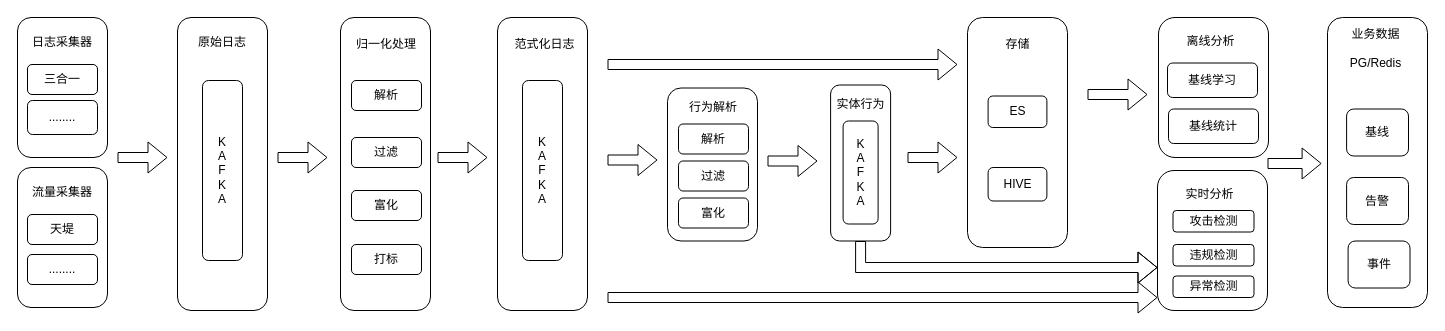
This is 数据流.drawio from Rocks526/picture-repository, a draw.io file, before an edit. Source tidied: cells renumbered, new cells numbered last; positions are measured from the earlier drawing's top-left corner, leaving out a move shared by most shapes. Both pictures are drawn from the tidied source at 100%, with x=0, y=0 at pixel (17, 17).
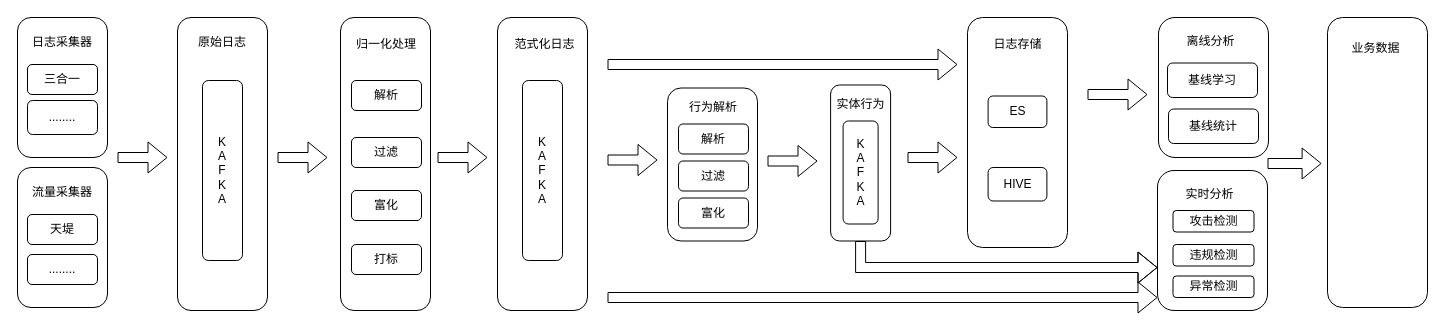
The same diagram, later.

Commit message:
更新数据流.drawio

What changed in the source:
```diff
@@
-    <mxCell id="28" value="存储" style="text;html=1;strokeColor=none;fillColor=none;align=center;verticalAlign=middle;whiteSpace=wrap;rounded=0;" parent="1" vertex="1">
+    <mxCell id="28" value="日志存储" style="text;html=1;strokeColor=none;fillColor=none;align=center;verticalAlign=middle;whiteSpace=wrap;rounded=0;" parent="1" vertex="1">
       <mxGeometry x="967.5" y="10" width="65" height="33" as="geometry" />
     </mxCell>
@@
-    <mxCell id="47" value="业务数据&lt;br&gt;&lt;br&gt;PG/Redis" style="text;html=1;strokeColor=none;fillColor=none;align=center;verticalAlign=middle;whiteSpace=wrap;rounded=0;" parent="1" vertex="1">
+    <mxCell id="47" value="业务数据" style="text;html=1;strokeColor=none;fillColor=none;align=center;verticalAlign=middle;whiteSpace=wrap;rounded=0;" parent="1" vertex="1">
       <mxGeometry x="1325.9" y="14" width="65" height="33" as="geometry" />
     </mxCell>
-    <mxCell id="48" value="基线" style="rounded=1;whiteSpace=wrap;html=1;" parent="1" vertex="1">
-      <mxGeometry x="1329.1" y="91.5" width="61.9" height="47" as="geometry" />
-    </mxCell>
-    <mxCell id="49" value="告警" style="rounded=1;whiteSpace=wrap;html=1;" parent="1" vertex="1">
-      <mxGeometry x="1329.1" y="160" width="61.9" height="47" as="geometry" />
-    </mxCell>
-    <mxCell id="50" value="事件" style="rounded=1;whiteSpace=wrap;html=1;" parent="1" vertex="1">
-      <mxGeometry x="1330.6" y="223.5" width="61.9" height="47" as="geometry" />
-    </mxCell>
```
